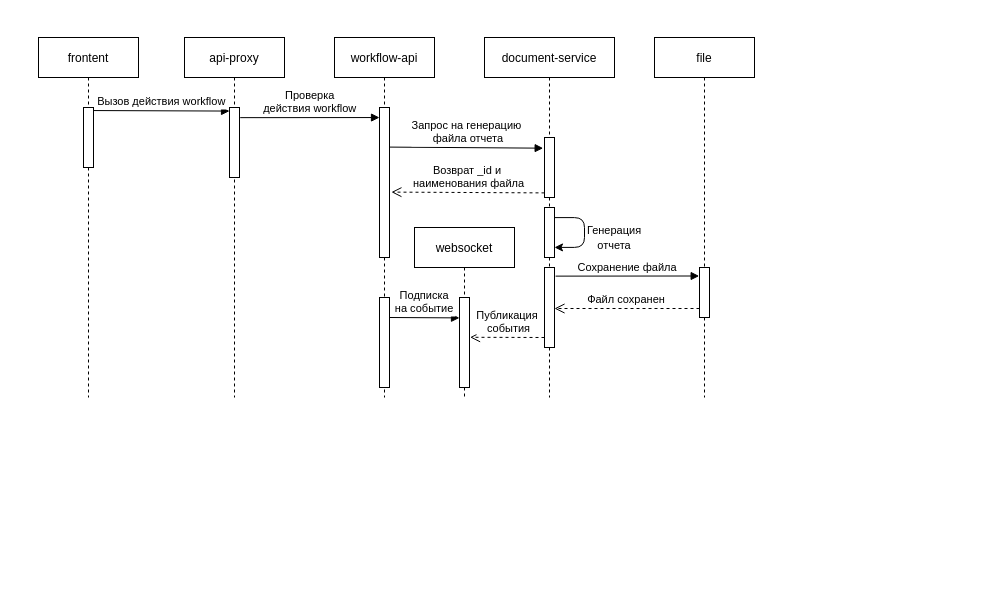
The draw.io diagram document-service/asyncExport.drawio in effective-group/docs-drawio, before the edit. Source tidied: cells renumbered, new cells numbered last; positions are measured from the earlier drawing's top-left corner, leaving out a move shared by most shapes. Both pictures are drawn from the tidied source at 100%, with x=0, y=0 at pixel (38, 37).
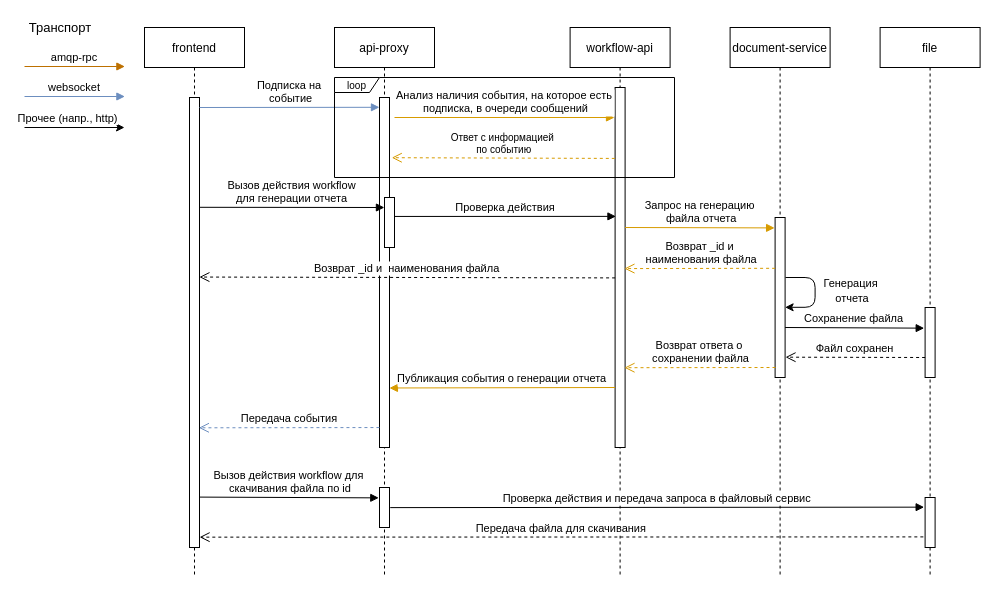
The same diagram, later.

The edit, as a diff of the source:
```diff
@@
-    <mxCell id="2" value="frontent" style="shape=umlLifeline;perimeter=lifelinePerimeter;rounded=0;shadow=0;strokeWidth=1;" parent="1" vertex="1">
-      <mxGeometry width="100" height="360" as="geometry" />
-    </mxCell>
-    <mxCell id="3" style="points=[];perimeter=orthogonalPerimeter;rounded=0;shadow=0;strokeWidth=1;" parent="2" vertex="1">
-      <mxGeometry x="45" y="70" width="10" height="60" as="geometry" />
-    </mxCell>
+    <mxCell id="27" value="amqp-rpc" style="verticalAlign=bottom;endArrow=block;shadow=0;strokeWidth=1;fontSize=11;entryX=-0.033;entryY=0.001;entryDx=0;entryDy=0;entryPerimeter=0;fillColor=#f0a30a;strokeColor=#BD7000;" parent="1" edge="1">
+      <mxGeometry relative="1" as="geometry">
+        <mxPoint x="-14" y="29" as="sourcePoint" />
+        <mxPoint x="86.4" y="29" as="targetPoint" />
+      </mxGeometry>
+    </mxCell>
+    <mxCell id="24" value="websocket" style="verticalAlign=bottom;endArrow=block;shadow=0;strokeWidth=1;fontSize=11;entryX=-0.033;entryY=0.001;entryDx=0;entryDy=0;entryPerimeter=0;fillColor=#dae8fc;strokeColor=#6c8ebf;" parent="1" edge="1">
+      <mxGeometry relative="1" as="geometry">
+        <mxPoint x="-14" y="59" as="sourcePoint" />
+        <mxPoint x="86.4" y="59" as="targetPoint" />
+      </mxGeometry>
+    </mxCell>
+    <mxCell id="28" value="Транспорт" style="text;html=1;strokeColor=none;fillColor=none;align=center;verticalAlign=middle;whiteSpace=wrap;rounded=0;fontSize=13;" parent="1" vertex="1">
+      <mxGeometry x="2" y="-20" width="40" height="20" as="geometry" />
+    </mxCell>
+    <mxCell id="29" style="endArrow=classic;html=1;rounded=0;" parent="1" edge="1">
+      <mxGeometry relative="1" as="geometry">
+        <mxPoint x="-14" y="90" as="sourcePoint" />
+        <mxPoint x="86" y="90" as="targetPoint" />
+      </mxGeometry>
+    </mxCell>
+    <mxCell id="30" value="Прочее (напр., http)" style="edgeLabel;html=1;align=center;verticalAlign=middle;" parent="29" vertex="1">
+      <mxGeometry x="-0.16" y="2" relative="1" as="geometry">
+        <mxPoint y="-8" as="offset" />
+      </mxGeometry>
+    </mxCell>
+    <mxCell id="31" value="frontend" style="shape=umlLifeline;perimeter=lifelinePerimeter;rounded=0;shadow=0;strokeWidth=1;" parent="1" vertex="1">
+      <mxGeometry x="106" y="-10" width="100" height="550" as="geometry" />
+    </mxCell>
+    <mxCell id="32" style="points=[];perimeter=orthogonalPerimeter;rounded=0;shadow=0;strokeWidth=1;" parent="31" vertex="1">
+      <mxGeometry x="45" y="70" width="10" height="450" as="geometry" />
+    </mxCell>
+    <mxCell id="26" value="Подписка на&#10; событие" style="verticalAlign=bottom;endArrow=block;shadow=0;strokeWidth=1;fontSize=11;entryX=-0.005;entryY=0.028;entryDx=0;entryDy=0;entryPerimeter=0;fillColor=#dae8fc;strokeColor=#6c8ebf;" parent="31" edge="1" target="33">
+      <mxGeometry relative="1" as="geometry">
+        <mxPoint x="55" y="80" as="sourcePoint" />
+      </mxGeometry>
+    </mxCell>
     <mxCell id="4" value="api-proxy" style="shape=umlLifeline;perimeter=lifelinePerimeter;rounded=0;shadow=0;strokeWidth=1;" parent="1" vertex="1">
-      <mxGeometry x="146" width="100" height="360" as="geometry" />
+      <mxGeometry x="296" y="-10" width="100" height="550" as="geometry" />
     </mxCell>
-    <mxCell id="5" style="points=[];perimeter=orthogonalPerimeter;rounded=0;shadow=0;strokeWidth=1;" parent="4" vertex="1">
-      <mxGeometry x="45" y="70" width="10" height="70" as="geometry" />
-    </mxCell>
+    <mxCell id="33" style="points=[];perimeter=orthogonalPerimeter;rounded=0;shadow=0;strokeWidth=1;" parent="4" vertex="1">
+      <mxGeometry x="45" y="70" width="10" height="350" as="geometry" />
+    </mxCell>
+    <mxCell id="34" style="points=[];perimeter=orthogonalPerimeter;rounded=0;shadow=0;strokeWidth=1;" parent="4" vertex="1">
+      <mxGeometry x="50" y="170" width="10" height="50" as="geometry" />
+    </mxCell>
+    <mxCell id="35" style="points=[];perimeter=orthogonalPerimeter;rounded=0;shadow=0;strokeWidth=1;" parent="4" vertex="1">
+      <mxGeometry x="45" y="460" width="10" height="40" as="geometry" />
+    </mxCell>
+    <mxCell id="9" value="document-service" style="shape=umlLifeline;perimeter=lifelinePerimeter;rounded=0;shadow=0;strokeWidth=1;" parent="1" vertex="1">
+      <mxGeometry x="691.6" y="-10" width="100" height="550" as="geometry" />
+    </mxCell>
+    <mxCell id="36" style="points=[];perimeter=orthogonalPerimeter;rounded=0;shadow=0;strokeWidth=1;" parent="9" vertex="1">
+      <mxGeometry x="45" y="190" width="10" height="160" as="geometry" />
+    </mxCell>
-    <mxCell id="6" value="workflow-api" style="shape=umlLifeline;perimeter=lifelinePerimeter;rounded=0;shadow=0;strokeWidth=1;" parent="1" vertex="1">
-      <mxGeometry x="296" width="100" height="360" as="geometry" />
+    <mxCell id="6" value="workflow-api" style="shape=umlLifeline;perimeter=lifelinePerimeter;rounded=0;shadow=0;strokeWidth=1;" parent="9" vertex="1">
+      <mxGeometry x="-160" width="100" height="550" as="geometry" />
     </mxCell>
-    <mxCell id="7" style="points=[];perimeter=orthogonalPerimeter;rounded=0;shadow=0;strokeWidth=1;" parent="6" vertex="1">
-      <mxGeometry x="45" y="70" width="10" height="150" as="geometry" />
-    </mxCell>
-    <mxCell id="8" style="perimeter=orthogonalPerimeter;rounded=0;shadow=0;strokeWidth=1;" parent="6" vertex="1">
-      <mxGeometry x="45" y="260" width="10" height="90" as="geometry" />
-    </mxCell>
-    <mxCell id="9" value="document-service" style="shape=umlLifeline;perimeter=lifelinePerimeter;rounded=0;shadow=0;strokeWidth=1;" parent="1" vertex="1">
-      <mxGeometry x="446" width="130" height="360" as="geometry" />
-    </mxCell>
-    <mxCell id="10" style="points=[];perimeter=orthogonalPerimeter;rounded=0;shadow=0;strokeWidth=1;" parent="9" vertex="1">
-      <mxGeometry x="60" y="100" width="10" height="60" as="geometry" />
-    </mxCell>
-    <mxCell id="11" style="edgeStyle=elbowEdgeStyle;elbow=horizontal;endArrow=classic;html=1;exitX=1.039;exitY=0.003;exitDx=0;exitDy=0;exitPerimeter=0;" parent="9" edge="1">
-      <mxGeometry relative="1" as="geometry">
-        <mxPoint x="70.4" y="180.1" as="sourcePoint" />
-        <mxPoint x="70" y="209.9" as="targetPoint" />
-        <Array as="points">
-          <mxPoint x="100" y="209.9" />
-          <mxPoint x="100" y="178.9" />
-        </Array>
-      </mxGeometry>
-    </mxCell>
-    <mxCell id="12" style="perimeter=orthogonalPerimeter;rounded=0;shadow=0;strokeWidth=1;" parent="9" vertex="1">
-      <mxGeometry x="60" y="170" width="10" height="50" as="geometry" />
-    </mxCell>
-    <mxCell id="13" style="points=[];perimeter=orthogonalPerimeter;rounded=0;shadow=0;strokeWidth=1;" parent="9" vertex="1">
-      <mxGeometry x="60" y="230" width="10" height="80" as="geometry" />
-    </mxCell>
-    <mxCell id="14" value="Возврат _id и&#10; наименования файла" style="verticalAlign=bottom;endArrow=open;dashed=1;endSize=8;shadow=0;strokeWidth=1;exitX=-0.085;exitY=0.227;exitDx=0;exitDy=0;exitPerimeter=0;" parent="9" edge="1">
-      <mxGeometry relative="1" as="geometry">
-        <mxPoint x="60" y="155.4" as="sourcePoint" />
-        <mxPoint x="-93.1" y="154.6" as="targetPoint" />
-      </mxGeometry>
-    </mxCell>
-    <mxCell id="15" value="Публикация&#10; события" style="verticalAlign=bottom;endArrow=open;dashed=1;endSize=8;shadow=0;strokeWidth=1;exitX=-0.085;exitY=0.227;exitDx=0;exitDy=0;exitPerimeter=0;entryX=1.056;entryY=0.442;entryDx=0;entryDy=0;entryPerimeter=0;" parent="9" edge="1" target="25">
-      <mxGeometry relative="1" as="geometry">
-        <mxPoint x="60" y="300" as="sourcePoint" />
-      </mxGeometry>
-    </mxCell>
+    <mxCell id="37" style="points=[];perimeter=orthogonalPerimeter;rounded=0;shadow=0;strokeWidth=1;" parent="6" vertex="1">
+      <mxGeometry x="45" y="60" width="10" height="360" as="geometry" />
+    </mxCell>
+    <mxCell id="21" value="Запрос на генерацию&#10; файла отчета" style="verticalAlign=bottom;endArrow=block;shadow=0;strokeWidth=1;exitX=1.041;exitY=0.264;exitDx=0;exitDy=0;exitPerimeter=0;entryX=-0.05;entryY=0.065;entryDx=0;entryDy=0;entryPerimeter=0;fillColor=#ffe6cc;strokeColor=#d79b00;" parent="6" edge="1" target="36">
+      <mxGeometry relative="1" as="geometry">
+        <mxPoint x="55" y="200" as="sourcePoint" />
+      </mxGeometry>
+    </mxCell>
+    <mxCell id="38" value="Возврат _id и  наименования файла" style="verticalAlign=bottom;endArrow=open;dashed=1;endSize=8;shadow=0;strokeWidth=1;exitX=-0.085;exitY=0.227;exitDx=0;exitDy=0;exitPerimeter=0;entryX=0.987;entryY=0.399;entryDx=0;entryDy=0;entryPerimeter=0;" parent="6" edge="1" target="32">
+      <mxGeometry relative="1" as="geometry">
+        <mxPoint x="45" y="250.4" as="sourcePoint" />
+      </mxGeometry>
+    </mxCell>
+    <mxCell id="39" value="Публикация события о генерации отчета" style="verticalAlign=bottom;endArrow=block;shadow=0;strokeWidth=1;exitX=-0.001;exitY=0.936;exitDx=0;exitDy=0;exitPerimeter=0;entryX=0.993;entryY=0.83;entryDx=0;entryDy=0;entryPerimeter=0;fillColor=#ffe6cc;strokeColor=#d79b00;" parent="6" edge="1" target="33">
+      <mxGeometry relative="1" as="geometry">
+        <mxPoint x="45" y="360" as="sourcePoint" />
+      </mxGeometry>
+    </mxCell>
+    <mxCell id="40" style="edgeStyle=elbowEdgeStyle;elbow=horizontal;endArrow=classic;html=1;exitX=1.039;exitY=0.003;exitDx=0;exitDy=0;exitPerimeter=0;" parent="9" edge="1">
+      <mxGeometry relative="1" as="geometry">
+        <mxPoint x="55.4" y="250" as="sourcePoint" />
+        <mxPoint x="55" y="279.8" as="targetPoint" />
+        <Array as="points">
+          <mxPoint x="85" y="279.8" />
+          <mxPoint x="85" y="248.8" />
+        </Array>
+      </mxGeometry>
+    </mxCell>
+    <mxCell id="41" value="Возврат _id и&#10; наименования файла" style="verticalAlign=bottom;endArrow=open;dashed=1;endSize=8;shadow=0;strokeWidth=1;exitX=-0.085;exitY=0.227;exitDx=0;exitDy=0;exitPerimeter=0;entryX=0.935;entryY=0.503;entryDx=0;entryDy=0;entryPerimeter=0;fillColor=#ffe6cc;strokeColor=#d79b00;" parent="9" edge="1" target="37">
+      <mxGeometry relative="1" as="geometry">
+        <mxPoint x="45" y="240.8" as="sourcePoint" />
+      </mxGeometry>
+    </mxCell>
     <mxCell id="16" value="file" style="shape=umlLifeline;perimeter=lifelinePerimeter;rounded=0;shadow=0;strokeWidth=1;" parent="1" vertex="1">
-      <mxGeometry x="616" width="100" height="360" as="geometry" />
+      <mxGeometry x="841.6" y="-10" width="100" height="550" as="geometry" />
     </mxCell>
-    <mxCell id="17" style="points=[];perimeter=orthogonalPerimeter;rounded=0;shadow=0;strokeWidth=1;" parent="16" vertex="1">
-      <mxGeometry x="45" y="230" width="10" height="50" as="geometry" />
-    </mxCell>
+    <mxCell id="42" style="points=[];perimeter=orthogonalPerimeter;rounded=0;shadow=0;strokeWidth=1;" parent="16" vertex="1">
+      <mxGeometry x="45" y="280" width="10" height="70" as="geometry" />
+    </mxCell>
-    <mxCell id="18" value="Файл сохранен" style="verticalAlign=bottom;endArrow=open;dashed=1;endSize=8;shadow=0;strokeWidth=1;exitX=-0.085;exitY=0.227;exitDx=0;exitDy=0;exitPerimeter=0;" parent="16" edge="1">
+    <mxCell id="18" value="Файл сохранен" style="verticalAlign=bottom;endArrow=open;dashed=1;endSize=8;shadow=0;strokeWidth=1;exitX=-0.085;exitY=0.227;exitDx=0;exitDy=0;exitPerimeter=0;entryX=1.041;entryY=0.873;entryDx=0;entryDy=0;entryPerimeter=0;" parent="16" edge="1" target="36">
       <mxGeometry relative="1" as="geometry">
-        <mxPoint x="45" y="271" as="sourcePoint" />
-        <mxPoint x="-100" y="271" as="targetPoint" />
+        <mxPoint x="45" y="330" as="sourcePoint" />
       </mxGeometry>
     </mxCell>
-    <mxCell id="19" value="Вызов действия workflow" style="verticalAlign=bottom;endArrow=block;entryX=0.005;entryY=0.051;shadow=0;strokeWidth=1;entryDx=0;entryDy=0;entryPerimeter=0;exitX=1.028;exitY=0.051;exitDx=0;exitDy=0;exitPerimeter=0;" parent="1" edge="1" source="3" target="5">
-      <mxGeometry relative="1" as="geometry" />
-    </mxCell>
-    <mxCell id="20" value="Проверка &#10;действия workflow" style="verticalAlign=bottom;endArrow=block;shadow=0;strokeWidth=1;exitX=1.07;exitY=0.145;exitDx=0;exitDy=0;exitPerimeter=0;entryX=0;entryY=0.067;entryDx=0;entryDy=0;entryPerimeter=0;" parent="1" edge="1" source="5" target="7">
-      <mxGeometry relative="1" as="geometry" />
-    </mxCell>
-    <mxCell id="21" value="Запрос на генерацию&#10; файла отчета" style="verticalAlign=bottom;endArrow=block;shadow=0;strokeWidth=1;exitX=1.041;exitY=0.264;exitDx=0;exitDy=0;exitPerimeter=0;entryX=-0.133;entryY=0.178;entryDx=0;entryDy=0;entryPerimeter=0;" parent="1" edge="1" source="7" target="10">
-      <mxGeometry relative="1" as="geometry" />
-    </mxCell>
+    <mxCell id="43" style="points=[];perimeter=orthogonalPerimeter;rounded=0;shadow=0;strokeWidth=1;" parent="16" vertex="1">
+      <mxGeometry x="45" y="470" width="10" height="50" as="geometry" />
+    </mxCell>
+    <mxCell id="44" value="Вызов действия workflow &#10;для генерации отчета" style="verticalAlign=bottom;endArrow=block;shadow=0;strokeWidth=1;entryX=-0.007;entryY=0.2;entryDx=0;entryDy=0;entryPerimeter=0;exitX=1.053;exitY=0.244;exitDx=0;exitDy=0;exitPerimeter=0;" parent="1" edge="1" source="32" target="34">
+      <mxGeometry relative="1" as="geometry" />
+    </mxCell>
-    <mxCell id="22" value="&lt;font style=&quot;font-size: 11px;&quot;&gt;Генерация отчета&lt;/font&gt;" style="text;html=1;strokeColor=none;fillColor=none;align=center;verticalAlign=middle;whiteSpace=wrap;rounded=0;" parent="1" vertex="1">
-      <mxGeometry x="556" y="190" width="40" height="20" as="geometry" />
+    <mxCell id="22" value="&lt;font style=&quot;font-size: 11px;&quot;&gt;Генерация&lt;br&gt;&amp;nbsp;отчета&lt;/font&gt;" style="text;html=1;align=center;verticalAlign=middle;strokeColor=none;fillColor=none;" parent="1" vertex="1">
+      <mxGeometry x="771.6" y="233" width="80" height="40" as="geometry" />
     </mxCell>
+    <mxCell id="45" value="Проверка действия" style="verticalAlign=bottom;endArrow=block;shadow=0;strokeWidth=1;exitX=1.003;exitY=0.379;exitDx=0;exitDy=0;exitPerimeter=0;entryX=0.084;entryY=0.358;entryDx=0;entryDy=0;entryPerimeter=0;" parent="1" edge="1" source="34" target="37">
+      <mxGeometry relative="1" as="geometry" />
+    </mxCell>
+    <mxCell id="46" value="&lt;span style=&quot;font-size: 10px;&quot;&gt;loop&lt;/span&gt;" style="shape=umlFrame;whiteSpace=wrap;html=1;width=45;height=15;" parent="1" vertex="1">
+      <mxGeometry x="296" y="40" width="340" height="100" as="geometry" />
+    </mxCell>
+    <mxCell id="47" value="Передача события" style="verticalAlign=bottom;endArrow=open;dashed=1;endSize=8;shadow=0;strokeWidth=1;entryX=0.937;entryY=0.734;entryDx=0;entryDy=0;entryPerimeter=0;exitX=-0.005;exitY=0.943;exitDx=0;exitDy=0;exitPerimeter=0;fillColor=#dae8fc;strokeColor=#6c8ebf;" parent="1" edge="1" source="33" target="32">
+      <mxGeometry relative="1" as="geometry" />
+    </mxCell>
+    <mxCell id="48" value="Проверка действия и передача запроса в файловый сервис" style="verticalAlign=bottom;endArrow=block;shadow=0;strokeWidth=1;fontSize=11;entryX=-0.096;entryY=0.193;entryDx=0;entryDy=0;entryPerimeter=0;exitX=1.072;exitY=0.503;exitDx=0;exitDy=0;exitPerimeter=0;" parent="1" edge="1" source="35" target="43">
+      <mxGeometry relative="1" as="geometry" />
+    </mxCell>
+    <mxCell id="49" value="Передача файла для скачивания" style="verticalAlign=bottom;endArrow=open;dashed=1;endSize=8;shadow=0;strokeWidth=1;fontSize=11;exitX=-0.177;exitY=0.788;exitDx=0;exitDy=0;exitPerimeter=0;entryX=1.007;entryY=0.977;entryDx=0;entryDy=0;entryPerimeter=0;" parent="1" edge="1" source="43" target="32">
+      <mxGeometry relative="1" as="geometry" />
+    </mxCell>
+    <mxCell id="50" value="Вызов действия workflow для&#10; скачивания файла по id" style="verticalAlign=bottom;endArrow=block;shadow=0;strokeWidth=1;fontSize=11;exitX=1.042;exitY=0.888;exitDx=0;exitDy=0;exitPerimeter=0;entryX=-0.072;entryY=0.259;entryDx=0;entryDy=0;entryPerimeter=0;" parent="1" edge="1" source="32" target="35">
+      <mxGeometry relative="1" as="geometry" />
+    </mxCell>
-    <mxCell id="23" value="Сохранение файла" style="verticalAlign=bottom;endArrow=block;shadow=0;strokeWidth=1;exitX=1.11;exitY=0.108;exitDx=0;exitDy=0;exitPerimeter=0;entryX=-0.032;entryY=0.17;entryDx=0;entryDy=0;entryPerimeter=0;" parent="1" edge="1" source="13" target="17">
-      <mxGeometry relative="1" as="geometry" />
+    <mxCell id="23" value="Сохранение файла" style="verticalAlign=bottom;endArrow=block;shadow=0;strokeWidth=1;exitX=1.11;exitY=0.108;exitDx=0;exitDy=0;exitPerimeter=0;entryX=-0.09;entryY=0.295;entryDx=0;entryDy=0;entryPerimeter=0;" parent="1" edge="1" target="42">
+      <mxGeometry x="-0.01" relative="1" as="geometry">
+        <mxPoint x="746.6" y="290" as="sourcePoint" />
+      </mxGeometry>
     </mxCell>
-    <mxCell id="24" value="websocket" style="shape=umlLifeline;perimeter=lifelinePerimeter;rounded=0;shadow=0;strokeWidth=1;" parent="1" vertex="1">
-      <mxGeometry x="376" y="190" width="100" height="170" as="geometry" />
-    </mxCell>
-    <mxCell id="25" style="points=[];perimeter=orthogonalPerimeter;rounded=0;shadow=0;strokeWidth=1;" parent="24" vertex="1">
-      <mxGeometry x="45" y="70" width="10" height="90" as="geometry" />
-    </mxCell>
-    <mxCell id="26" value="Подписка &#10;на событие" style="verticalAlign=bottom;endArrow=block;shadow=0;strokeWidth=1;exitX=0.993;exitY=0.164;exitDx=0;exitDy=0;exitPerimeter=0;entryX=-0.017;entryY=0.168;entryDx=0;entryDy=0;entryPerimeter=0;" parent="24" edge="1">
-      <mxGeometry relative="1" as="geometry">
-        <mxPoint x="-24.9" y="90" as="sourcePoint" />
-        <mxPoint x="45" y="90.4" as="targetPoint" />
-      </mxGeometry>
-    </mxCell>
+    <mxCell id="51" value="Ответ с информацией&#10; по событию" style="verticalAlign=bottom;endArrow=open;dashed=1;endSize=8;shadow=0;strokeWidth=1;exitX=-0.028;exitY=0.197;exitDx=0;exitDy=0;exitPerimeter=0;entryX=1.226;entryY=0.172;entryDx=0;entryDy=0;entryPerimeter=0;fontSize=10;fillColor=#ffe6cc;strokeColor=#d79b00;" parent="1" edge="1" source="37" target="33">
+      <mxGeometry relative="1" as="geometry" />
+    </mxCell>
+    <mxCell id="52" value="Анализ наличия события, на которое есть&#10; подписка, в очереди сообщений" style="verticalAlign=bottom;endArrow=block;shadow=0;strokeWidth=1;fontSize=11;fillColor=#ffe6cc;strokeColor=#d79b00;" parent="1" edge="1">
+      <mxGeometry relative="1" as="geometry">
+        <mxPoint x="356" y="80" as="sourcePoint" />
+        <mxPoint x="576" y="80" as="targetPoint" />
+      </mxGeometry>
+    </mxCell>
+    <mxCell id="53" value="Возврат ответа о&#10; сохранении файла" style="verticalAlign=bottom;endArrow=open;dashed=1;endSize=8;shadow=0;strokeWidth=1;exitX=-0.085;exitY=0.227;exitDx=0;exitDy=0;exitPerimeter=0;entryX=0.935;entryY=0.503;entryDx=0;entryDy=0;entryPerimeter=0;fillColor=#ffe6cc;strokeColor=#d79b00;" parent="1" edge="1">
+      <mxGeometry relative="1" as="geometry">
+        <mxPoint x="737" y="330" as="sourcePoint" />
+        <mxPoint x="586" y="330.2" as="targetPoint" />
+      </mxGeometry>
+    </mxCell>
```
